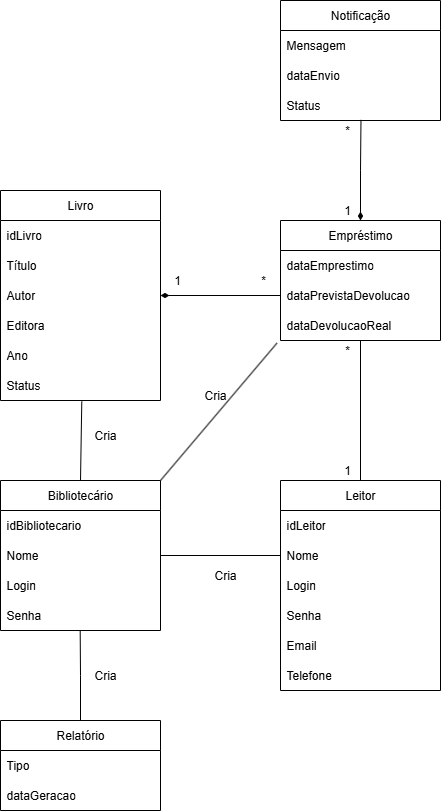
Above: ModeloDeDominio.drawio.png in Zaibam/Projeto-DesenvolvimentoDeSistemas-2 (draw.io), before the change. Source tidied: cells renumbered, new cells last; positions are measured from the earlier drawing's top-left corner, leaving out a move shared by most shapes.
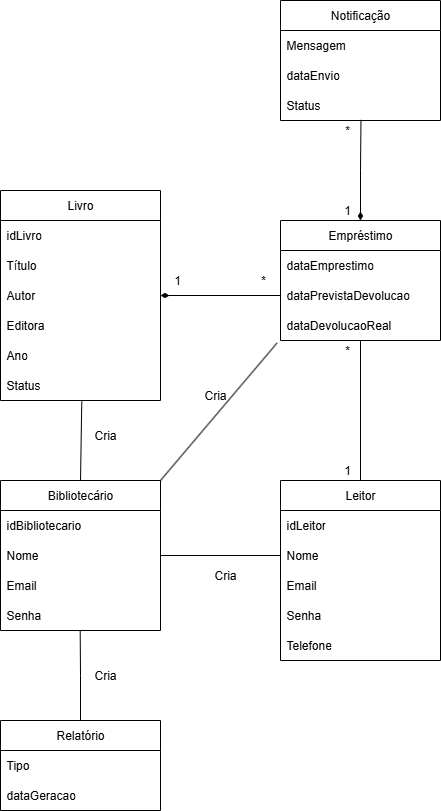
The same file after the commit.

The edit, as a diff of the source:
```diff
@@ -6,7 +6,7 @@
       <mxGeometry relative="1" as="geometry" />
     </mxCell>
     <mxCell id="3" value="Leitor" style="swimlane;fontStyle=0;horizontal=1;startSize=30;whiteSpace=wrap;html=1;" parent="1" vertex="1">
-      <mxGeometry x="280" y="480" width="160" height="210" as="geometry" />
+      <mxGeometry x="280" y="480" width="160" height="180" as="geometry" />
     </mxCell>
     <mxCell id="4" value="idLeitor" style="text;strokeColor=none;fillColor=none;align=left;verticalAlign=middle;spacingLeft=4;spacingRight=4;overflow=hidden;whiteSpace=wrap;html=1;" parent="3" vertex="1">
       <mxGeometry y="30" width="160" height="30" as="geometry" />
@@ -14,17 +14,14 @@
     <mxCell id="5" value="Nome" style="text;strokeColor=none;fillColor=none;align=left;verticalAlign=middle;spacingLeft=4;spacingRight=4;overflow=hidden;points=[[0,0.5],[1,0.5]];portConstraint=eastwest;whiteSpace=wrap;html=1;" parent="3" vertex="1">
       <mxGeometry y="60" width="160" height="30" as="geometry" />
     </mxCell>
-    <mxCell id="6" value="Login" style="text;strokeColor=none;fillColor=none;align=left;verticalAlign=middle;spacingLeft=4;spacingRight=4;overflow=hidden;whiteSpace=wrap;html=1;" parent="3" vertex="1">
-      <mxGeometry y="90" width="160" height="30" as="geometry" />
-    </mxCell>
+    <mxCell id="8" value="Email" style="text;strokeColor=none;fillColor=none;align=left;verticalAlign=middle;spacingLeft=4;spacingRight=4;overflow=hidden;whiteSpace=wrap;html=1;" parent="3" vertex="1">
+      <mxGeometry y="90" width="160" height="30" as="geometry" />
+    </mxCell>
     <mxCell id="7" value="Senha" style="text;strokeColor=none;fillColor=none;align=left;verticalAlign=middle;spacingLeft=4;spacingRight=4;overflow=hidden;whiteSpace=wrap;html=1;" parent="3" vertex="1">
       <mxGeometry y="120" width="160" height="30" as="geometry" />
     </mxCell>
-    <mxCell id="8" value="Email" style="text;strokeColor=none;fillColor=none;align=left;verticalAlign=middle;spacingLeft=4;spacingRight=4;overflow=hidden;whiteSpace=wrap;html=1;" parent="3" vertex="1">
-      <mxGeometry y="150" width="160" height="30" as="geometry" />
-    </mxCell>
     <mxCell id="9" value="Telefone" style="text;strokeColor=none;fillColor=none;align=left;verticalAlign=middle;spacingLeft=4;spacingRight=4;overflow=hidden;whiteSpace=wrap;html=1;" parent="3" vertex="1">
-      <mxGeometry y="180" width="160" height="30" as="geometry" />
+      <mxGeometry y="150" width="160" height="30" as="geometry" />
     </mxCell>
     <mxCell id="10" value="Bibliotecário" style="swimlane;fontStyle=0;horizontal=1;startSize=30;whiteSpace=wrap;html=1;" parent="1" vertex="1">
       <mxGeometry y="480" width="160" height="150" as="geometry" />
@@ -35,9 +32,9 @@
     <mxCell id="12" value="Nome" style="text;strokeColor=none;fillColor=none;align=left;verticalAlign=middle;spacingLeft=4;spacingRight=4;overflow=hidden;points=[[0,0.5],[1,0.5]];portConstraint=eastwest;whiteSpace=wrap;html=1;" parent="10" vertex="1">
       <mxGeometry y="60" width="160" height="30" as="geometry" />
     </mxCell>
-    <mxCell id="13" value="Login" style="text;strokeColor=none;fillColor=none;align=left;verticalAlign=middle;spacingLeft=4;spacingRight=4;overflow=hidden;whiteSpace=wrap;html=1;" parent="10" vertex="1">
-      <mxGeometry y="90" width="160" height="30" as="geometry" />
-    </mxCell>
+    <mxCell id="49" value="Email" style="text;strokeColor=none;fillColor=none;align=left;verticalAlign=middle;spacingLeft=4;spacingRight=4;overflow=hidden;whiteSpace=wrap;html=1;" parent="10" vertex="1">
+      <mxGeometry y="90" width="160" height="30" as="geometry" />
+    </mxCell>
     <mxCell id="14" value="Senha" style="text;strokeColor=none;fillColor=none;align=left;verticalAlign=middle;spacingLeft=4;spacingRight=4;overflow=hidden;points=[[0,0.5],[1,0.5]];portConstraint=eastwest;whiteSpace=wrap;html=1;" parent="10" vertex="1">
       <mxGeometry y="120" width="160" height="30" as="geometry" />
     </mxCell>
```
